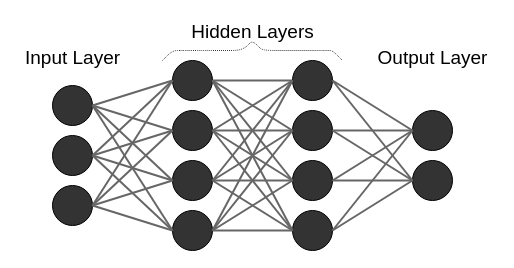
Before: Neural_network.drawio in HolgerStenberg/KTH_KEX-jobb_2021, a draw.io diagram. Source tidied: cells renumbered, new cells numbered last; positions are measured from the earlier drawing's top-left corner, leaving out a move shared by most shapes. Both pictures are drawn from the tidied source at 100%, with x=0, y=0 at pixel (17, 17).
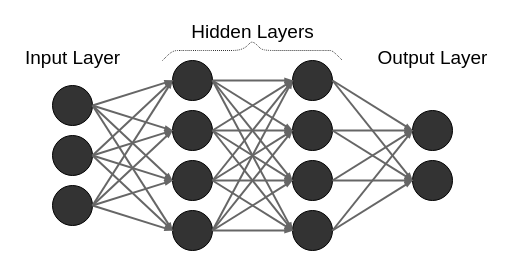
The same page after the edit.

The change refers to these unchanged cells:
```xml
<mxCell id="2" style="ellipse;whiteSpace=wrap;html=1;fillColor=#333333;" parent="1" vertex="1">
  <mxGeometry x="155" y="43" width="40" height="40" as="geometry" />
</mxCell>
<mxCell id="3" style="ellipse;whiteSpace=wrap;html=1;fillColor=#333333;" parent="1" vertex="1">
  <mxGeometry x="155" y="93" width="40" height="40" as="geometry" />
</mxCell>
<mxCell id="4" style="ellipse;whiteSpace=wrap;html=1;fillColor=#333333;" parent="1" vertex="1">
  <mxGeometry x="155" y="143" width="40" height="40" as="geometry" />
</mxCell>
<mxCell id="5" style="ellipse;whiteSpace=wrap;html=1;fillColor=#333333;" parent="1" vertex="1">
  <mxGeometry x="155" y="193" width="40" height="40" as="geometry" />
</mxCell>
<mxCell id="6" style="ellipse;whiteSpace=wrap;html=1;fillColor=#333333;" parent="1" vertex="1">
  <mxGeometry x="275" y="43" width="40" height="40" as="geometry" />
</mxCell>
<mxCell id="7" style="ellipse;whiteSpace=wrap;html=1;fillColor=#333333;" parent="1" vertex="1">
  <mxGeometry x="275" y="93" width="40" height="40" as="geometry" />
</mxCell>
<mxCell id="8" style="ellipse;whiteSpace=wrap;html=1;fillColor=#333333;" parent="1" vertex="1">
  <mxGeometry x="275" y="143" width="40" height="40" as="geometry" />
</mxCell>
<mxCell id="9" style="ellipse;whiteSpace=wrap;html=1;fillColor=#333333;" parent="1" vertex="1">
  <mxGeometry x="275" y="193" width="40" height="40" as="geometry" />
</mxCell>
<mxCell id="10" style="ellipse;whiteSpace=wrap;html=1;fillColor=#333333;" parent="1" vertex="1">
  <mxGeometry x="395" y="93" width="40" height="40" as="geometry" />
</mxCell>
<mxCell id="11" style="ellipse;whiteSpace=wrap;html=1;fillColor=#333333;" parent="1" vertex="1">
  <mxGeometry x="395" y="143" width="40" height="40" as="geometry" />
</mxCell>
<mxCell id="12" style="ellipse;whiteSpace=wrap;html=1;fillColor=#333333;" parent="1" vertex="1">
  <mxGeometry x="35" y="68" width="40" height="40" as="geometry" />
</mxCell>
<mxCell id="13" style="ellipse;whiteSpace=wrap;html=1;fillColor=#333333;" parent="1" vertex="1">
  <mxGeometry x="35" y="118" width="40" height="40" as="geometry" />
</mxCell>
<mxCell id="14" style="ellipse;whiteSpace=wrap;html=1;fillColor=#333333;" parent="1" vertex="1">
  <mxGeometry x="35" y="168" width="40" height="40" as="geometry" />
</mxCell>
```

What changed in the source:
```diff
@@
-    <mxCell id="15" style="endArrow=none;html=1;entryX=0;entryY=0.5;entryDx=0;entryDy=0;exitX=1;exitY=0.5;exitDx=0;exitDy=0;strokeWidth=2;strokeColor=#666666;" parent="1" edge="1" source="12" target="2">
+    <mxCell id="15" style="endArrow=blockThin;html=1;entryX=0;entryY=0.5;entryDx=0;entryDy=0;exitX=1;exitY=0.5;exitDx=0;exitDy=0;strokeWidth=2;strokeColor=#666666;endFill=1;endSize=3;targetPerimeterSpacing=0;sourcePerimeterSpacing=1;" parent="1" edge="1" source="12" target="2">
       <mxGeometry relative="1" as="geometry" />
     </mxCell>
-    <mxCell id="16" style="endArrow=none;html=1;entryX=0;entryY=0.5;entryDx=0;entryDy=0;exitX=1;exitY=0.5;exitDx=0;exitDy=0;strokeWidth=2;strokeColor=#666666;" parent="1" edge="1" source="12" target="3">
+    <mxCell id="16" style="endArrow=blockThin;html=1;entryX=0;entryY=0.5;entryDx=0;entryDy=0;exitX=1;exitY=0.5;exitDx=0;exitDy=0;strokeWidth=2;strokeColor=#666666;endFill=1;endSize=3;targetPerimeterSpacing=0;sourcePerimeterSpacing=1;" parent="1" edge="1" source="12" target="3">
       <mxGeometry relative="1" as="geometry" />
     </mxCell>
-    <mxCell id="17" style="endArrow=none;html=1;entryX=0;entryY=0.5;entryDx=0;entryDy=0;exitX=1;exitY=0.5;exitDx=0;exitDy=0;strokeWidth=2;strokeColor=#666666;" parent="1" edge="1" source="12" target="4">
+    <mxCell id="17" style="endArrow=blockThin;html=1;entryX=0;entryY=0.5;entryDx=0;entryDy=0;exitX=1;exitY=0.5;exitDx=0;exitDy=0;strokeWidth=2;strokeColor=#666666;endFill=1;endSize=3;targetPerimeterSpacing=0;sourcePerimeterSpacing=1;" parent="1" edge="1" source="12" target="4">
       <mxGeometry relative="1" as="geometry" />
     </mxCell>
-    <mxCell id="18" style="endArrow=none;html=1;entryX=0;entryY=0.5;entryDx=0;entryDy=0;exitX=1;exitY=0.5;exitDx=0;exitDy=0;strokeWidth=2;strokeColor=#666666;" parent="1" edge="1" source="12" target="5">
+    <mxCell id="18" style="endArrow=blockThin;html=1;entryX=0;entryY=0.5;entryDx=0;entryDy=0;exitX=1;exitY=0.5;exitDx=0;exitDy=0;strokeWidth=2;strokeColor=#666666;endFill=1;endSize=3;targetPerimeterSpacing=0;sourcePerimeterSpacing=1;" parent="1" edge="1" source="12" target="5">
       <mxGeometry relative="1" as="geometry" />
     </mxCell>
-    <mxCell id="19" style="endArrow=none;html=1;entryX=0;entryY=0.5;entryDx=0;entryDy=0;exitX=1;exitY=0.5;exitDx=0;exitDy=0;strokeWidth=2;strokeColor=#666666;" parent="1" edge="1" source="13" target="2">
+    <mxCell id="19" style="endArrow=blockThin;html=1;entryX=0;entryY=0.5;entryDx=0;entryDy=0;exitX=1;exitY=0.5;exitDx=0;exitDy=0;strokeWidth=2;strokeColor=#666666;endFill=1;endSize=3;targetPerimeterSpacing=0;sourcePerimeterSpacing=1;" parent="1" edge="1" source="13" target="2">
       <mxGeometry relative="1" as="geometry" />
     </mxCell>
-    <mxCell id="20" style="endArrow=none;html=1;entryX=0;entryY=0.5;entryDx=0;entryDy=0;exitX=1;exitY=0.5;exitDx=0;exitDy=0;strokeWidth=2;strokeColor=#666666;" parent="1" edge="1" source="13" target="3">
+    <mxCell id="20" style="endArrow=blockThin;html=1;entryX=0;entryY=0.5;entryDx=0;entryDy=0;exitX=1;exitY=0.5;exitDx=0;exitDy=0;strokeWidth=2;strokeColor=#666666;endFill=1;endSize=3;targetPerimeterSpacing=0;sourcePerimeterSpacing=1;" parent="1" edge="1" source="13" target="3">
       <mxGeometry relative="1" as="geometry" />
     </mxCell>
-    <mxCell id="21" style="endArrow=none;html=1;entryX=0;entryY=0.5;entryDx=0;entryDy=0;exitX=1;exitY=0.5;exitDx=0;exitDy=0;strokeWidth=2;strokeColor=#666666;" parent="1" edge="1" source="13" target="4">
+    <mxCell id="21" style="endArrow=blockThin;html=1;entryX=0;entryY=0.5;entryDx=0;entryDy=0;exitX=1;exitY=0.5;exitDx=0;exitDy=0;strokeWidth=2;strokeColor=#666666;endFill=1;endSize=3;targetPerimeterSpacing=0;sourcePerimeterSpacing=1;" parent="1" edge="1" source="13" target="4">
       <mxGeometry relative="1" as="geometry" />
     </mxCell>
-    <mxCell id="22" style="endArrow=none;html=1;entryX=0;entryY=0.5;entryDx=0;entryDy=0;exitX=1;exitY=0.5;exitDx=0;exitDy=0;strokeWidth=2;strokeColor=#666666;" parent="1" edge="1" source="13" target="5">
+    <mxCell id="22" style="endArrow=blockThin;html=1;entryX=0;entryY=0.5;entryDx=0;entryDy=0;exitX=1;exitY=0.5;exitDx=0;exitDy=0;strokeWidth=2;strokeColor=#666666;endFill=1;endSize=3;targetPerimeterSpacing=0;sourcePerimeterSpacing=1;" parent="1" edge="1" source="13" target="5">
       <mxGeometry relative="1" as="geometry" />
     </mxCell>
-    <mxCell id="23" style="endArrow=none;html=1;entryX=0;entryY=0.5;entryDx=0;entryDy=0;exitX=1;exitY=0.5;exitDx=0;exitDy=0;strokeWidth=2;strokeColor=#666666;" parent="1" edge="1" source="14" target="2">
+    <mxCell id="23" style="endArrow=blockThin;html=1;entryX=0;entryY=0.5;entryDx=0;entryDy=0;exitX=1;exitY=0.5;exitDx=0;exitDy=0;strokeWidth=2;strokeColor=#666666;endFill=1;endSize=3;targetPerimeterSpacing=0;sourcePerimeterSpacing=1;" parent="1" edge="1" source="14" target="2">
       <mxGeometry relative="1" as="geometry" />
     </mxCell>
-    <mxCell id="24" style="endArrow=none;html=1;entryX=0;entryY=0.5;entryDx=0;entryDy=0;exitX=1;exitY=0.5;exitDx=0;exitDy=0;strokeWidth=2;strokeColor=#666666;" parent="1" edge="1" source="14" target="3">
+    <mxCell id="24" style="endArrow=blockThin;html=1;entryX=0;entryY=0.5;entryDx=0;entryDy=0;exitX=1;exitY=0.5;exitDx=0;exitDy=0;strokeWidth=2;strokeColor=#666666;endFill=1;endSize=3;targetPerimeterSpacing=0;sourcePerimeterSpacing=1;" parent="1" edge="1" source="14" target="3">
       <mxGeometry relative="1" as="geometry" />
     </mxCell>
-    <mxCell id="25" style="endArrow=none;html=1;entryX=0;entryY=0.5;entryDx=0;entryDy=0;exitX=1;exitY=0.5;exitDx=0;exitDy=0;strokeWidth=2;strokeColor=#666666;" parent="1" edge="1" source="14" target="4">
+    <mxCell id="25" style="endArrow=blockThin;html=1;entryX=0;entryY=0.5;entryDx=0;entryDy=0;exitX=1;exitY=0.5;exitDx=0;exitDy=0;strokeWidth=2;strokeColor=#666666;endFill=1;endSize=3;targetPerimeterSpacing=0;sourcePerimeterSpacing=1;" parent="1" edge="1" source="14" target="4">
       <mxGeometry relative="1" as="geometry" />
     </mxCell>
-    <mxCell id="26" style="endArrow=none;html=1;entryX=0;entryY=0.5;entryDx=0;entryDy=0;exitX=1;exitY=0.5;exitDx=0;exitDy=0;strokeWidth=2;strokeColor=#666666;" parent="1" edge="1" source="14" target="5">
+    <mxCell id="26" style="endArrow=blockThin;html=1;entryX=0;entryY=0.5;entryDx=0;entryDy=0;exitX=1;exitY=0.5;exitDx=0;exitDy=0;strokeWidth=2;strokeColor=#666666;endFill=1;endSize=3;targetPerimeterSpacing=0;sourcePerimeterSpacing=1;" parent="1" edge="1" source="14" target="5">
       <mxGeometry relative="1" as="geometry" />
     </mxCell>
-    <mxCell id="27" style="endArrow=none;html=1;entryX=0;entryY=0.5;entryDx=0;entryDy=0;exitX=1;exitY=0.5;exitDx=0;exitDy=0;strokeWidth=2;strokeColor=#666666;" parent="1" edge="1" source="2" target="6">
+    <mxCell id="27" style="endArrow=blockThin;html=1;entryX=0;entryY=0.5;entryDx=0;entryDy=0;exitX=1;exitY=0.5;exitDx=0;exitDy=0;strokeWidth=2;strokeColor=#666666;endFill=1;endSize=3;" parent="1" edge="1" source="2" target="6">
       <mxGeometry relative="1" as="geometry" />
     </mxCell>
-    <mxCell id="28" style="endArrow=none;html=1;entryX=0;entryY=0.5;entryDx=0;entryDy=0;exitX=1;exitY=0.5;exitDx=0;exitDy=0;strokeWidth=2;strokeColor=#666666;" parent="1" edge="1" source="2" target="7">
+    <mxCell id="28" style="endArrow=blockThin;html=1;entryX=0;entryY=0.5;entryDx=0;entryDy=0;exitX=1;exitY=0.5;exitDx=0;exitDy=0;strokeWidth=2;strokeColor=#666666;endFill=1;endSize=3;" parent="1" edge="1" source="2" target="7">
       <mxGeometry relative="1" as="geometry" />
     </mxCell>
-    <mxCell id="29" style="endArrow=none;html=1;entryX=0;entryY=0.5;entryDx=0;entryDy=0;exitX=1;exitY=0.5;exitDx=0;exitDy=0;strokeWidth=2;strokeColor=#666666;" parent="1" edge="1" source="2" target="8">
+    <mxCell id="29" style="endArrow=blockThin;html=1;entryX=0;entryY=0.5;entryDx=0;entryDy=0;exitX=1;exitY=0.5;exitDx=0;exitDy=0;strokeWidth=2;strokeColor=#666666;endFill=1;endSize=3;" parent="1" edge="1" source="2" target="8">
       <mxGeometry relative="1" as="geometry" />
     </mxCell>
-    <mxCell id="30" style="endArrow=none;html=1;entryX=0;entryY=0.5;entryDx=0;entryDy=0;exitX=1;exitY=0.5;exitDx=0;exitDy=0;strokeWidth=2;strokeColor=#666666;" parent="1" edge="1" source="2" target="9">
+    <mxCell id="30" style="endArrow=blockThin;html=1;entryX=0;entryY=0.5;entryDx=0;entryDy=0;exitX=1;exitY=0.5;exitDx=0;exitDy=0;strokeWidth=2;strokeColor=#666666;endFill=1;endSize=3;" parent="1" edge="1" source="2" target="9">
       <mxGeometry relative="1" as="geometry" />
     </mxCell>
-    <mxCell id="31" style="endArrow=none;html=1;entryX=0;entryY=0.5;entryDx=0;entryDy=0;exitX=1;exitY=0.5;exitDx=0;exitDy=0;strokeWidth=2;strokeColor=#666666;" parent="1" edge="1" source="3" target="6">
+    <mxCell id="31" style="endArrow=blockThin;html=1;entryX=0;entryY=0.5;entryDx=0;entryDy=0;exitX=1;exitY=0.5;exitDx=0;exitDy=0;strokeWidth=2;strokeColor=#666666;endFill=1;endSize=3;" parent="1" edge="1" source="3" target="6">
       <mxGeometry relative="1" as="geometry" />
     </mxCell>
-    <mxCell id="32" style="endArrow=none;html=1;entryX=0;entryY=0.5;entryDx=0;entryDy=0;exitX=1;exitY=0.5;exitDx=0;exitDy=0;strokeWidth=2;strokeColor=#666666;" parent="1" edge="1" source="3" target="7">
+    <mxCell id="32" style="endArrow=blockThin;html=1;entryX=0;entryY=0.5;entryDx=0;entryDy=0;exitX=1;exitY=0.5;exitDx=0;exitDy=0;strokeWidth=2;strokeColor=#666666;endFill=1;endSize=3;" parent="1" edge="1" source="3" target="7">
       <mxGeometry relative="1" as="geometry" />
     </mxCell>
-    <mxCell id="33" style="endArrow=none;html=1;entryX=0;entryY=0.5;entryDx=0;entryDy=0;exitX=1;exitY=0.5;exitDx=0;exitDy=0;strokeWidth=2;strokeColor=#666666;" parent="1" edge="1" source="3" target="8">
+    <mxCell id="33" style="endArrow=blockThin;html=1;entryX=0;entryY=0.5;entryDx=0;entryDy=0;exitX=1;exitY=0.5;exitDx=0;exitDy=0;strokeWidth=2;strokeColor=#666666;endFill=1;endSize=3;" parent="1" edge="1" source="3" target="8">
       <mxGeometry relative="1" as="geometry" />
     </mxCell>
-    <mxCell id="34" style="endArrow=none;html=1;entryX=0;entryY=0.5;entryDx=0;entryDy=0;exitX=1;exitY=0.5;exitDx=0;exitDy=0;strokeWidth=2;strokeColor=#666666;" parent="1" edge="1" source="3" target="9">
+    <mxCell id="34" style="endArrow=blockThin;html=1;entryX=0;entryY=0.5;entryDx=0;entryDy=0;exitX=1;exitY=0.5;exitDx=0;exitDy=0;strokeWidth=2;strokeColor=#666666;endFill=1;endSize=3;" parent="1" edge="1" source="3" target="9">
       <mxGeometry relative="1" as="geometry" />
     </mxCell>
-    <mxCell id="35" style="endArrow=none;html=1;entryX=0;entryY=0.5;entryDx=0;entryDy=0;exitX=1;exitY=0.5;exitDx=0;exitDy=0;strokeWidth=2;strokeColor=#666666;" parent="1" edge="1" source="4" target="6">
+    <mxCell id="35" style="endArrow=blockThin;html=1;entryX=0;entryY=0.5;entryDx=0;entryDy=0;exitX=1;exitY=0.5;exitDx=0;exitDy=0;strokeWidth=2;strokeColor=#666666;endFill=1;endSize=3;" parent="1" edge="1" source="4" target="6">
       <mxGeometry relative="1" as="geometry" />
     </mxCell>
-    <mxCell id="36" style="endArrow=none;html=1;entryX=0;entryY=0.5;entryDx=0;entryDy=0;exitX=1;exitY=0.5;exitDx=0;exitDy=0;strokeWidth=2;strokeColor=#666666;" parent="1" edge="1" source="4" target="7">
+    <mxCell id="36" style="endArrow=blockThin;html=1;entryX=0;entryY=0.5;entryDx=0;entryDy=0;exitX=1;exitY=0.5;exitDx=0;exitDy=0;strokeWidth=2;strokeColor=#666666;endFill=1;endSize=3;" parent="1" edge="1" source="4" target="7">
       <mxGeometry relative="1" as="geometry" />
     </mxCell>
-    <mxCell id="37" style="endArrow=none;html=1;entryX=0;entryY=0.5;entryDx=0;entryDy=0;exitX=1;exitY=0.5;exitDx=0;exitDy=0;strokeWidth=2;strokeColor=#666666;" parent="1" edge="1" source="4" target="8">
+    <mxCell id="37" style="endArrow=blockThin;html=1;entryX=0;entryY=0.5;entryDx=0;entryDy=0;exitX=1;exitY=0.5;exitDx=0;exitDy=0;strokeWidth=2;strokeColor=#666666;endFill=1;endSize=3;" parent="1" edge="1" source="4" target="8">
       <mxGeometry relative="1" as="geometry" />
     </mxCell>
-    <mxCell id="38" style="endArrow=none;html=1;entryX=0;entryY=0.5;entryDx=0;entryDy=0;exitX=1;exitY=0.5;exitDx=0;exitDy=0;strokeWidth=2;strokeColor=#666666;" parent="1" edge="1" source="4" target="9">
+    <mxCell id="38" style="endArrow=blockThin;html=1;entryX=0;entryY=0.5;entryDx=0;entryDy=0;exitX=1;exitY=0.5;exitDx=0;exitDy=0;strokeWidth=2;strokeColor=#666666;endFill=1;endSize=3;" parent="1" edge="1" source="4" target="9">
       <mxGeometry relative="1" as="geometry" />
     </mxCell>
-    <mxCell id="39" style="endArrow=none;html=1;entryX=0;entryY=0.5;entryDx=0;entryDy=0;exitX=1;exitY=0.5;exitDx=0;exitDy=0;strokeWidth=2;strokeColor=#666666;" parent="1" edge="1" source="5" target="6">
+    <mxCell id="39" style="endArrow=blockThin;html=1;entryX=0;entryY=0.5;entryDx=0;entryDy=0;exitX=1;exitY=0.5;exitDx=0;exitDy=0;strokeWidth=2;strokeColor=#666666;endFill=1;endSize=3;" parent="1" edge="1" source="5" target="6">
       <mxGeometry relative="1" as="geometry" />
     </mxCell>
-    <mxCell id="40" style="endArrow=none;html=1;entryX=0;entryY=0.5;entryDx=0;entryDy=0;exitX=1;exitY=0.5;exitDx=0;exitDy=0;strokeWidth=2;strokeColor=#666666;" parent="1" edge="1" source="5" target="7">
+    <mxCell id="40" style="endArrow=blockThin;html=1;entryX=0;entryY=0.5;entryDx=0;entryDy=0;exitX=1;exitY=0.5;exitDx=0;exitDy=0;strokeWidth=2;strokeColor=#666666;endFill=1;endSize=3;" parent="1" edge="1" source="5" target="7">
       <mxGeometry relative="1" as="geometry" />
     </mxCell>
-    <mxCell id="41" style="endArrow=none;html=1;entryX=0;entryY=0.5;entryDx=0;entryDy=0;exitX=1;exitY=0.5;exitDx=0;exitDy=0;strokeWidth=2;strokeColor=#666666;" parent="1" edge="1" source="5" target="8">
+    <mxCell id="41" style="endArrow=blockThin;html=1;entryX=0;entryY=0.5;entryDx=0;entryDy=0;exitX=1;exitY=0.5;exitDx=0;exitDy=0;strokeWidth=2;strokeColor=#666666;endFill=1;endSize=3;" parent="1" edge="1" source="5" target="8">
       <mxGeometry relative="1" as="geometry" />
     </mxCell>
-    <mxCell id="42" style="endArrow=none;html=1;entryX=0;entryY=0.5;entryDx=0;entryDy=0;exitX=1;exitY=0.5;exitDx=0;exitDy=0;strokeWidth=2;strokeColor=#666666;" parent="1" edge="1" source="5" target="9">
+    <mxCell id="42" style="endArrow=blockThin;html=1;entryX=0;entryY=0.5;entryDx=0;entryDy=0;exitX=1;exitY=0.5;exitDx=0;exitDy=0;strokeWidth=2;strokeColor=#666666;endFill=1;endSize=3;" parent="1" edge="1" source="5" target="9">
       <mxGeometry relative="1" as="geometry" />
     </mxCell>
-    <mxCell id="43" style="endArrow=none;html=1;entryX=0;entryY=0.5;entryDx=0;entryDy=0;exitX=1;exitY=0.5;exitDx=0;exitDy=0;strokeWidth=2;strokeColor=#666666;" parent="1" edge="1" source="6" target="10">
+    <mxCell id="43" style="endArrow=blockThin;html=1;entryX=0;entryY=0.5;entryDx=0;entryDy=0;exitX=1;exitY=0.5;exitDx=0;exitDy=0;strokeWidth=2;strokeColor=#666666;endFill=1;endSize=3;" parent="1" edge="1" source="6" target="10">
       <mxGeometry relative="1" as="geometry" />
     </mxCell>
-    <mxCell id="44" style="endArrow=none;html=1;entryX=0;entryY=0.5;entryDx=0;entryDy=0;exitX=1;exitY=0.5;exitDx=0;exitDy=0;strokeWidth=2;strokeColor=#666666;" parent="1" edge="1" source="6" target="11">
+    <mxCell id="44" style="endArrow=blockThin;html=1;entryX=0;entryY=0.5;entryDx=0;entryDy=0;exitX=1;exitY=0.5;exitDx=0;exitDy=0;strokeWidth=2;strokeColor=#666666;endFill=1;endSize=3;" parent="1" edge="1" source="6" target="11">
       <mxGeometry relative="1" as="geometry" />
     </mxCell>
-    <mxCell id="45" style="endArrow=none;html=1;entryX=0;entryY=0.5;entryDx=0;entryDy=0;exitX=1;exitY=0.5;exitDx=0;exitDy=0;strokeWidth=2;strokeColor=#666666;" parent="1" edge="1" source="7" target="10">
+    <mxCell id="45" style="endArrow=blockThin;html=1;entryX=0;entryY=0.5;entryDx=0;entryDy=0;exitX=1;exitY=0.5;exitDx=0;exitDy=0;strokeWidth=2;strokeColor=#666666;endFill=1;endSize=3;" parent="1" edge="1" source="7" target="10">
       <mxGeometry relative="1" as="geometry" />
     </mxCell>
-    <mxCell id="46" style="endArrow=none;html=1;entryX=0;entryY=0.5;entryDx=0;entryDy=0;exitX=1;exitY=0.5;exitDx=0;exitDy=0;strokeWidth=2;strokeColor=#666666;" parent="1" edge="1" source="7" target="11">
+    <mxCell id="46" style="endArrow=blockThin;html=1;entryX=0;entryY=0.5;entryDx=0;entryDy=0;exitX=1;exitY=0.5;exitDx=0;exitDy=0;strokeWidth=2;strokeColor=#666666;endFill=1;endSize=3;" parent="1" edge="1" source="7" target="11">
       <mxGeometry relative="1" as="geometry" />
     </mxCell>
-    <mxCell id="47" style="endArrow=none;html=1;entryX=0;entryY=0.5;entryDx=0;entryDy=0;exitX=1;exitY=0.5;exitDx=0;exitDy=0;strokeWidth=2;strokeColor=#666666;" parent="1" edge="1" source="8" target="10">
+    <mxCell id="47" style="endArrow=blockThin;html=1;entryX=0;entryY=0.5;entryDx=0;entryDy=0;exitX=1;exitY=0.5;exitDx=0;exitDy=0;strokeWidth=2;strokeColor=#666666;endFill=1;endSize=3;" parent="1" edge="1" source="8" target="10">
       <mxGeometry relative="1" as="geometry" />
     </mxCell>
-    <mxCell id="48" style="endArrow=none;html=1;entryX=0;entryY=0.5;entryDx=0;entryDy=0;exitX=1;exitY=0.5;exitDx=0;exitDy=0;strokeWidth=2;strokeColor=#666666;" parent="1" edge="1" source="8" target="11">
+    <mxCell id="48" style="endArrow=blockThin;html=1;entryX=0;entryY=0.5;entryDx=0;entryDy=0;exitX=1;exitY=0.5;exitDx=0;exitDy=0;strokeWidth=2;strokeColor=#666666;endFill=1;endSize=3;" parent="1" edge="1" source="8" target="11">
       <mxGeometry relative="1" as="geometry" />
     </mxCell>
-    <mxCell id="49" style="endArrow=none;html=1;entryX=0;entryY=0.5;entryDx=0;entryDy=0;exitX=1;exitY=0.5;exitDx=0;exitDy=0;strokeWidth=2;strokeColor=#666666;" parent="1" edge="1" source="9" target="10">
+    <mxCell id="49" style="endArrow=blockThin;html=1;entryX=0;entryY=0.5;entryDx=0;entryDy=0;exitX=1;exitY=0.5;exitDx=0;exitDy=0;strokeWidth=2;strokeColor=#666666;endFill=1;endSize=3;" parent="1" edge="1" source="9" target="10">
       <mxGeometry relative="1" as="geometry" />
     </mxCell>
-    <mxCell id="50" style="endArrow=none;html=1;entryX=0;entryY=0.5;entryDx=0;entryDy=0;exitX=1;exitY=0.5;exitDx=0;exitDy=0;strokeWidth=2;strokeColor=#666666;" parent="1" edge="1" source="9" target="11">
+    <mxCell id="50" style="endArrow=blockThin;html=1;entryX=0;entryY=0.5;entryDx=0;entryDy=0;exitX=1;exitY=0.5;exitDx=0;exitDy=0;strokeWidth=2;strokeColor=#666666;endFill=1;endSize=3;" parent="1" edge="1" source="9" target="11">
       <mxGeometry relative="1" as="geometry" />
     </mxCell>
```
